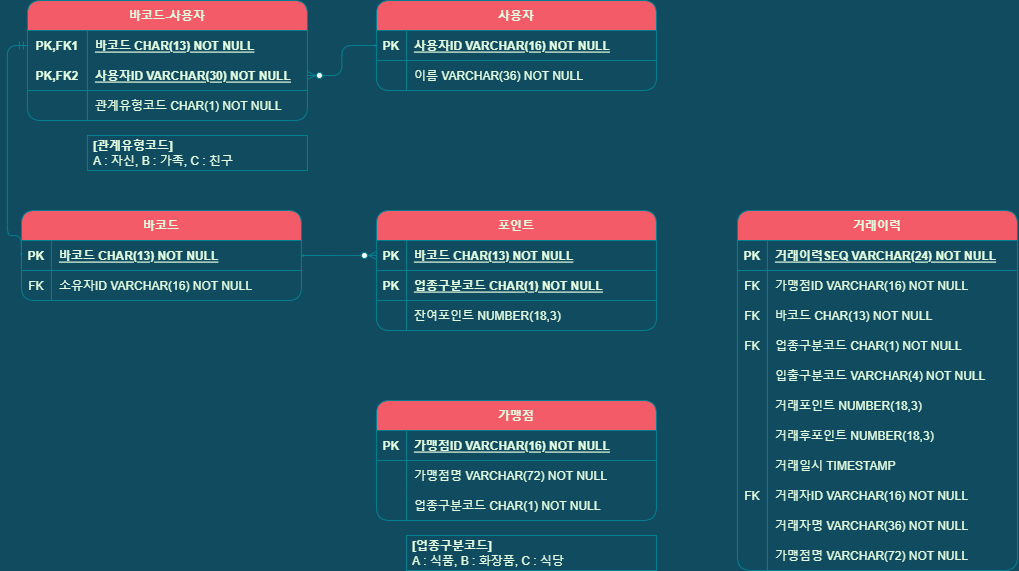
Before: document/kakaopay-membership.png, a diagram exported from draw.io (TyronneJeong/KakaoPay-Subject). Source tidied: cells renumbered, new cells last; positions are measured from the earlier drawing's top-left corner, leaving out a move shared by most shapes.
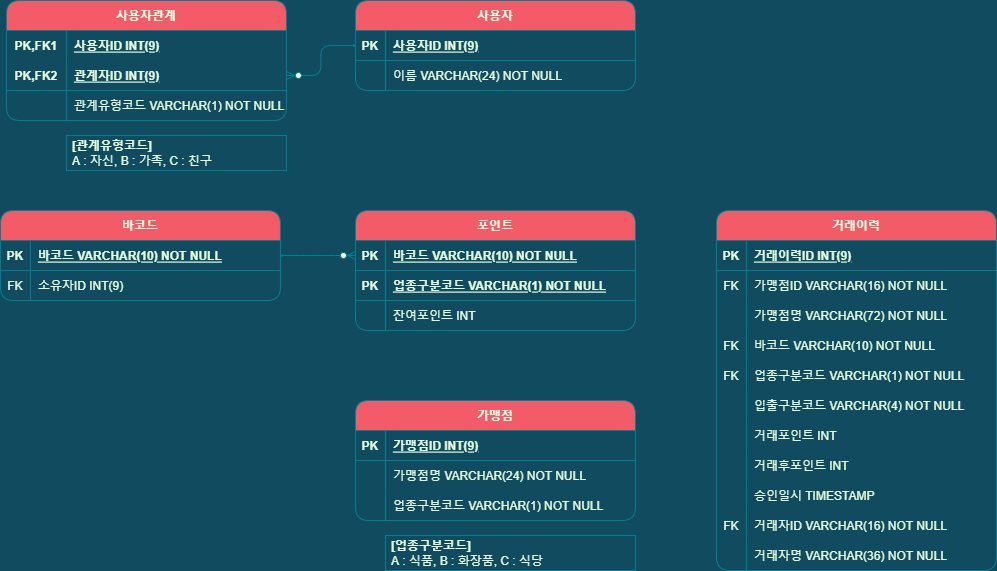
After the commit.

Diff of the diagram source:
```diff
@@ -13,3 +13,3 @@
     </mxCell>
-    <mxCell id="5" value="바코드 CHAR(13) NOT NULL" style="shape=partialRectangle;fillColor=none;top=0;left=0;bottom=0;right=0;align=left;spacingLeft=6;fontStyle=5;overflow=hidden;rounded=1;strokeColor=#028090;fontColor=#E4FDE1;" parent="3" vertex="1">
+    <mxCell id="5" value="바코드 VARCHAR(10) NOT NULL" style="shape=partialRectangle;fillColor=none;top=0;left=0;bottom=0;right=0;align=left;spacingLeft=6;fontStyle=5;overflow=hidden;rounded=1;strokeColor=#028090;fontColor=#E4FDE1;" parent="3" vertex="1">
       <mxGeometry x="30" width="250" height="30" as="geometry" />
@@ -22,3 +22,3 @@
     </mxCell>
-    <mxCell id="8" value="소유자ID VARCHAR(16) NOT NULL" style="shape=partialRectangle;fillColor=none;top=0;left=0;bottom=0;right=0;align=left;spacingLeft=6;overflow=hidden;rounded=1;strokeColor=#028090;fontColor=#E4FDE1;" parent="6" vertex="1">
+    <mxCell id="8" value="소유자ID INT(9)" style="shape=partialRectangle;fillColor=none;top=0;left=0;bottom=0;right=0;align=left;spacingLeft=6;overflow=hidden;rounded=1;strokeColor=#028090;fontColor=#E4FDE1;" parent="6" vertex="1">
       <mxGeometry x="30" width="250" height="30" as="geometry" />
@@ -34,3 +34,3 @@
     </mxCell>
-    <mxCell id="12" value="사용자ID VARCHAR(16) NOT NULL" style="shape=partialRectangle;fillColor=none;top=0;left=0;bottom=0;right=0;align=left;spacingLeft=6;fontStyle=5;overflow=hidden;rounded=1;strokeColor=#028090;fontColor=#E4FDE1;" parent="10" vertex="1">
+    <mxCell id="12" value="사용자ID INT(9)" style="shape=partialRectangle;fillColor=none;top=0;left=0;bottom=0;right=0;align=left;spacingLeft=6;fontStyle=5;overflow=hidden;rounded=1;strokeColor=#028090;fontColor=#E4FDE1;" parent="10" vertex="1">
       <mxGeometry x="30" width="250" height="30" as="geometry" />
@@ -43,6 +43,6 @@
     </mxCell>
-    <mxCell id="15" value="이름 VARCHAR(36) NOT NULL" style="shape=partialRectangle;fillColor=none;top=0;left=0;bottom=0;right=0;align=left;spacingLeft=6;overflow=hidden;rounded=1;strokeColor=#028090;fontColor=#E4FDE1;" parent="13" vertex="1">
+    <mxCell id="15" value="이름 VARCHAR(24) NOT NULL" style="shape=partialRectangle;fillColor=none;top=0;left=0;bottom=0;right=0;align=left;spacingLeft=6;overflow=hidden;rounded=1;strokeColor=#028090;fontColor=#E4FDE1;" parent="13" vertex="1">
       <mxGeometry x="30" width="250" height="30" as="geometry" />
     </mxCell>
-    <mxCell id="16" value="바코드-사용자" style="shape=table;startSize=30;rowLines=0;fontStyle=1;align=center;rounded=1;fillColor=#F45B69;strokeColor=#028090;fontColor=#E4FDE1;" parent="1" vertex="1">
+    <mxCell id="16" value="사용자관계" style="shape=table;startSize=30;rowLines=0;fontStyle=1;align=center;rounded=1;fillColor=#F45B69;strokeColor=#028090;fontColor=#E4FDE1;" parent="1" vertex="1">
       <mxGeometry x="19.9" width="280" height="120" as="geometry" />
@@ -55,3 +55,3 @@
     </mxCell>
-    <mxCell id="19" value="바코드 CHAR(13) NOT NULL" style="shape=partialRectangle;fillColor=none;top=0;left=0;bottom=0;right=0;align=left;spacingLeft=6;fontStyle=5;overflow=hidden;rounded=1;strokeColor=#028090;fontColor=#E4FDE1;" parent="17" vertex="1">
+    <mxCell id="19" value="사용자ID INT(9)" style="shape=partialRectangle;fillColor=none;top=0;left=0;bottom=0;right=0;align=left;spacingLeft=6;fontStyle=5;overflow=hidden;rounded=1;strokeColor=#028090;fontColor=#E4FDE1;" parent="17" vertex="1">
       <mxGeometry x="60" width="220" height="30" as="geometry" />
@@ -64,3 +64,3 @@
     </mxCell>
-    <mxCell id="22" value="사용자ID VARCHAR(30) NOT NULL" style="shape=partialRectangle;fillColor=none;top=0;left=0;bottom=0;right=0;align=left;spacingLeft=6;fontStyle=5;overflow=hidden;rounded=1;strokeColor=#028090;fontColor=#E4FDE1;" parent="20" vertex="1">
+    <mxCell id="22" value="관계자ID INT(9)" style="shape=partialRectangle;fillColor=none;top=0;left=0;bottom=0;right=0;align=left;spacingLeft=6;fontStyle=5;overflow=hidden;rounded=1;strokeColor=#028090;fontColor=#E4FDE1;" parent="20" vertex="1">
       <mxGeometry x="60" width="220" height="30" as="geometry" />
@@ -73,3 +73,3 @@
     </mxCell>
-    <mxCell id="25" value="관계유형코드 CHAR(1) NOT NULL" style="shape=partialRectangle;fillColor=none;top=0;left=0;bottom=0;right=0;align=left;spacingLeft=6;overflow=hidden;rounded=1;strokeColor=#028090;fontColor=#E4FDE1;" parent="23" vertex="1">
+    <mxCell id="25" value="관계유형코드 VARCHAR(1) NOT NULL" style="shape=partialRectangle;fillColor=none;top=0;left=0;bottom=0;right=0;align=left;spacingLeft=6;overflow=hidden;rounded=1;strokeColor=#028090;fontColor=#E4FDE1;" parent="23" vertex="1">
       <mxGeometry x="60" width="220" height="30" as="geometry" />
@@ -85,3 +85,3 @@
     </mxCell>
-    <mxCell id="29" value="가맹점ID VARCHAR(16) NOT NULL" style="shape=partialRectangle;fillColor=none;top=0;left=0;bottom=0;right=0;align=left;spacingLeft=6;fontStyle=5;overflow=hidden;rounded=1;strokeColor=#028090;fontColor=#E4FDE1;" parent="27" vertex="1">
+    <mxCell id="29" value="가맹점ID INT(9)" style="shape=partialRectangle;fillColor=none;top=0;left=0;bottom=0;right=0;align=left;spacingLeft=6;fontStyle=5;overflow=hidden;rounded=1;strokeColor=#028090;fontColor=#E4FDE1;" parent="27" vertex="1">
       <mxGeometry x="30" width="250" height="30" as="geometry" />
@@ -94,3 +94,3 @@
     </mxCell>
-    <mxCell id="32" value="가맹점명 VARCHAR(72) NOT NULL" style="shape=partialRectangle;fillColor=none;top=0;left=0;bottom=0;right=0;align=left;spacingLeft=6;overflow=hidden;rounded=1;strokeColor=#028090;fontColor=#E4FDE1;" parent="30" vertex="1">
+    <mxCell id="32" value="가맹점명 VARCHAR(24) NOT NULL" style="shape=partialRectangle;fillColor=none;top=0;left=0;bottom=0;right=0;align=left;spacingLeft=6;overflow=hidden;rounded=1;strokeColor=#028090;fontColor=#E4FDE1;" parent="30" vertex="1">
       <mxGeometry x="30" width="250" height="30" as="geometry" />
@@ -103,3 +103,3 @@
     </mxCell>
-    <mxCell id="35" value="업종구분코드 CHAR(1) NOT NULL" style="shape=partialRectangle;fillColor=none;top=0;left=0;bottom=0;right=0;align=left;spacingLeft=6;overflow=hidden;rounded=1;strokeColor=#028090;fontColor=#E4FDE1;" parent="33" vertex="1">
+    <mxCell id="35" value="업종구분코드 VARCHAR(1) NOT NULL" style="shape=partialRectangle;fillColor=none;top=0;left=0;bottom=0;right=0;align=left;spacingLeft=6;overflow=hidden;rounded=1;strokeColor=#028090;fontColor=#E4FDE1;" parent="33" vertex="1">
       <mxGeometry x="30" width="250" height="30" as="geometry" />
@@ -115,3 +115,3 @@
     </mxCell>
-    <mxCell id="39" value="바코드 CHAR(13) NOT NULL" style="shape=partialRectangle;fillColor=none;top=0;left=0;bottom=0;right=0;align=left;spacingLeft=6;fontStyle=5;overflow=hidden;rounded=1;strokeColor=#028090;fontColor=#E4FDE1;" parent="37" vertex="1">
+    <mxCell id="39" value="바코드 VARCHAR(10) NOT NULL" style="shape=partialRectangle;fillColor=none;top=0;left=0;bottom=0;right=0;align=left;spacingLeft=6;fontStyle=5;overflow=hidden;rounded=1;strokeColor=#028090;fontColor=#E4FDE1;" parent="37" vertex="1">
       <mxGeometry x="30" width="250" height="30" as="geometry" />
@@ -124,3 +124,3 @@
     </mxCell>
-    <mxCell id="42" value="업종구분코드 CHAR(1) NOT NULL" style="shape=partialRectangle;fillColor=none;top=0;left=0;bottom=0;right=0;align=left;spacingLeft=6;fontStyle=5;overflow=hidden;fontFamily=Helvetica;fontSize=12;startSize=0;rounded=1;strokeColor=#028090;fontColor=#E4FDE1;" parent="40" vertex="1">
+    <mxCell id="42" value="업종구분코드 VARCHAR(1) NOT NULL" style="shape=partialRectangle;fillColor=none;top=0;left=0;bottom=0;right=0;align=left;spacingLeft=6;fontStyle=5;overflow=hidden;fontFamily=Helvetica;fontSize=12;startSize=0;rounded=1;strokeColor=#028090;fontColor=#E4FDE1;" parent="40" vertex="1">
       <mxGeometry x="30" width="250" height="30" as="geometry" />
@@ -133,3 +133,3 @@
     </mxCell>
-    <mxCell id="45" value="잔여포인트 NUMBER(18,3)" style="shape=partialRectangle;fillColor=none;top=0;left=0;bottom=0;right=0;align=left;spacingLeft=6;overflow=hidden;rounded=1;strokeColor=#028090;fontColor=#E4FDE1;" parent="43" vertex="1">
+    <mxCell id="45" value="잔여포인트 INT" style="shape=partialRectangle;fillColor=none;top=0;left=0;bottom=0;right=0;align=left;spacingLeft=6;overflow=hidden;rounded=1;strokeColor=#028090;fontColor=#E4FDE1;" parent="43" vertex="1">
       <mxGeometry x="30" width="250" height="30" as="geometry" />
@@ -145,3 +145,3 @@
     </mxCell>
-    <mxCell id="49" value="거래이력SEQ VARCHAR(24) NOT NULL" style="shape=partialRectangle;fillColor=none;top=0;left=0;bottom=0;right=0;align=left;spacingLeft=6;fontStyle=5;overflow=hidden;rounded=1;strokeColor=#028090;fontColor=#E4FDE1;" parent="47" vertex="1">
+    <mxCell id="49" value="거래이력ID INT(9)" style="shape=partialRectangle;fillColor=none;top=0;left=0;bottom=0;right=0;align=left;spacingLeft=6;fontStyle=5;overflow=hidden;rounded=1;strokeColor=#028090;fontColor=#E4FDE1;" parent="47" vertex="1">
       <mxGeometry x="30" width="250" height="30" as="geometry" />
@@ -157,4 +157,13 @@
     </mxCell>
+    <mxCell id="77" style="shape=tableRow;horizontal=0;startSize=0;swimlaneHead=0;swimlaneBody=0;fillColor=none;top=0;left=0;right=0;bottom=0;rounded=1;strokeColor=#028090;fontColor=#E4FDE1;" parent="46" vertex="1">
+      <mxGeometry y="90" width="280" height="30" as="geometry" />
+    </mxCell>
+    <mxCell id="78" style="shape=partialRectangle;fillColor=none;top=0;left=0;bottom=0;right=0;overflow=hidden;rounded=1;strokeColor=#028090;fontColor=#E4FDE1;" parent="77" vertex="1">
+      <mxGeometry width="30" height="30" as="geometry" />
+    </mxCell>
+    <mxCell id="79" value="가맹점명 VARCHAR(72) NOT NULL" style="shape=partialRectangle;fillColor=none;top=0;left=0;bottom=0;right=0;align=left;spacingLeft=6;overflow=hidden;rounded=1;strokeColor=#028090;fontColor=#E4FDE1;" parent="77" vertex="1">
+      <mxGeometry x="30" width="250" height="30" as="geometry" />
+    </mxCell>
     <mxCell id="53" style="shape=tableRow;horizontal=0;startSize=0;swimlaneHead=0;swimlaneBody=0;fillColor=none;top=0;left=0;right=0;bottom=0;rounded=1;strokeColor=#028090;fontColor=#E4FDE1;" parent="46" vertex="1">
-      <mxGeometry y="90" width="280" height="30" as="geometry" />
+      <mxGeometry y="120" width="280" height="30" as="geometry" />
     </mxCell>
@@ -163,3 +172,3 @@
     </mxCell>
-    <mxCell id="55" value="바코드 CHAR(13) NOT NULL" style="shape=partialRectangle;fillColor=none;top=0;left=0;bottom=0;right=0;align=left;spacingLeft=6;overflow=hidden;rounded=1;strokeColor=#028090;fontColor=#E4FDE1;" parent="53" vertex="1">
+    <mxCell id="55" value="바코드 VARCHAR(10) NOT NULL" style="shape=partialRectangle;fillColor=none;top=0;left=0;bottom=0;right=0;align=left;spacingLeft=6;overflow=hidden;rounded=1;strokeColor=#028090;fontColor=#E4FDE1;" parent="53" vertex="1">
       <mxGeometry x="30" width="250" height="30" as="geometry" />
@@ -167,3 +176,3 @@
     <mxCell id="56" style="shape=tableRow;horizontal=0;startSize=0;swimlaneHead=0;swimlaneBody=0;fillColor=none;top=0;left=0;right=0;bottom=0;rounded=1;strokeColor=#028090;fontColor=#E4FDE1;" parent="46" vertex="1">
-      <mxGeometry y="120" width="280" height="30" as="geometry" />
+      <mxGeometry y="150" width="280" height="30" as="geometry" />
     </mxCell>
@@ -172,3 +181,3 @@
     </mxCell>
-    <mxCell id="58" value="업종구분코드 CHAR(1) NOT NULL" style="shape=partialRectangle;fillColor=none;top=0;left=0;bottom=0;right=0;align=left;spacingLeft=6;overflow=hidden;rounded=1;strokeColor=#028090;fontColor=#E4FDE1;" parent="56" vertex="1">
+    <mxCell id="58" value="업종구분코드 VARCHAR(1) NOT NULL" style="shape=partialRectangle;fillColor=none;top=0;left=0;bottom=0;right=0;align=left;spacingLeft=6;overflow=hidden;rounded=1;strokeColor=#028090;fontColor=#E4FDE1;" parent="56" vertex="1">
       <mxGeometry x="30" width="250" height="30" as="geometry" />
@@ -176,3 +185,3 @@
     <mxCell id="59" style="shape=tableRow;horizontal=0;startSize=0;swimlaneHead=0;swimlaneBody=0;fillColor=none;top=0;left=0;right=0;bottom=0;rounded=1;strokeColor=#028090;fontColor=#E4FDE1;" parent="46" vertex="1">
-      <mxGeometry y="150" width="280" height="30" as="geometry" />
+      <mxGeometry y="180" width="280" height="30" as="geometry" />
     </mxCell>
@@ -185,3 +194,3 @@
     <mxCell id="62" style="shape=tableRow;horizontal=0;startSize=0;swimlaneHead=0;swimlaneBody=0;fillColor=none;top=0;left=0;right=0;bottom=0;rounded=1;strokeColor=#028090;fontColor=#E4FDE1;" parent="46" vertex="1">
-      <mxGeometry y="180" width="280" height="30" as="geometry" />
+      <mxGeometry y="210" width="280" height="30" as="geometry" />
     </mxCell>
@@ -190,3 +199,3 @@
     </mxCell>
-    <mxCell id="64" value="거래포인트 NUMBER(18,3)" style="shape=partialRectangle;fillColor=none;top=0;left=0;bottom=0;right=0;align=left;spacingLeft=6;overflow=hidden;rounded=1;strokeColor=#028090;fontColor=#E4FDE1;" parent="62" vertex="1">
+    <mxCell id="64" value="거래포인트 INT" style="shape=partialRectangle;fillColor=none;top=0;left=0;bottom=0;right=0;align=left;spacingLeft=6;overflow=hidden;rounded=1;strokeColor=#028090;fontColor=#E4FDE1;" parent="62" vertex="1">
       <mxGeometry x="30" width="250" height="30" as="geometry" />
@@ -194,3 +203,3 @@
     <mxCell id="65" style="shape=tableRow;horizontal=0;startSize=0;swimlaneHead=0;swimlaneBody=0;fillColor=none;top=0;left=0;right=0;bottom=0;rounded=1;strokeColor=#028090;fontColor=#E4FDE1;" parent="46" vertex="1">
-      <mxGeometry y="210" width="280" height="30" as="geometry" />
+      <mxGeometry y="240" width="280" height="30" as="geometry" />
     </mxCell>
@@ -199,3 +208,3 @@
     </mxCell>
-    <mxCell id="67" value="거래후포인트 NUMBER(18,3)" style="shape=partialRectangle;fillColor=none;top=0;left=0;bottom=0;right=0;align=left;spacingLeft=6;overflow=hidden;rounded=1;strokeColor=#028090;fontColor=#E4FDE1;" parent="65" vertex="1">
+    <mxCell id="67" value="거래후포인트 INT" style="shape=partialRectangle;fillColor=none;top=0;left=0;bottom=0;right=0;align=left;spacingLeft=6;overflow=hidden;rounded=1;strokeColor=#028090;fontColor=#E4FDE1;" parent="65" vertex="1">
       <mxGeometry x="30" width="250" height="30" as="geometry" />
@@ -203,3 +212,3 @@
     <mxCell id="68" style="shape=tableRow;horizontal=0;startSize=0;swimlaneHead=0;swimlaneBody=0;fillColor=none;top=0;left=0;right=0;bottom=0;rounded=1;strokeColor=#028090;fontColor=#E4FDE1;" parent="46" vertex="1">
-      <mxGeometry y="240" width="280" height="30" as="geometry" />
+      <mxGeometry y="270" width="280" height="30" as="geometry" />
     </mxCell>
@@ -208,3 +217,3 @@
     </mxCell>
-    <mxCell id="70" value="거래일시 TIMESTAMP" style="shape=partialRectangle;fillColor=none;top=0;left=0;bottom=0;right=0;align=left;spacingLeft=6;overflow=hidden;rounded=1;strokeColor=#028090;fontColor=#E4FDE1;" parent="68" vertex="1">
+    <mxCell id="70" value="승인일시 TIMESTAMP" style="shape=partialRectangle;fillColor=none;top=0;left=0;bottom=0;right=0;align=left;spacingLeft=6;overflow=hidden;rounded=1;strokeColor=#028090;fontColor=#E4FDE1;" parent="68" vertex="1">
       <mxGeometry x="30" width="250" height="30" as="geometry" />
@@ -212,3 +221,3 @@
     <mxCell id="71" style="shape=tableRow;horizontal=0;startSize=0;swimlaneHead=0;swimlaneBody=0;fillColor=none;top=0;left=0;right=0;bottom=0;rounded=1;strokeColor=#028090;fontColor=#E4FDE1;" parent="46" vertex="1">
-      <mxGeometry y="270" width="280" height="30" as="geometry" />
+      <mxGeometry y="300" width="280" height="30" as="geometry" />
     </mxCell>
@@ -221,3 +230,3 @@
     <mxCell id="74" style="shape=tableRow;horizontal=0;startSize=0;swimlaneHead=0;swimlaneBody=0;fillColor=none;top=0;left=0;right=0;bottom=0;rounded=1;strokeColor=#028090;fontColor=#E4FDE1;" parent="46" vertex="1">
-      <mxGeometry y="300" width="280" height="30" as="geometry" />
+      <mxGeometry y="330" width="280" height="30" as="geometry" />
     </mxCell>
@@ -229,11 +238,2 @@
     </mxCell>
-    <mxCell id="77" style="shape=tableRow;horizontal=0;startSize=0;swimlaneHead=0;swimlaneBody=0;fillColor=none;top=0;left=0;right=0;bottom=0;rounded=1;strokeColor=#028090;fontColor=#E4FDE1;" parent="46" vertex="1">
-      <mxGeometry y="330" width="280" height="30" as="geometry" />
-    </mxCell>
-    <mxCell id="78" style="shape=partialRectangle;fillColor=none;top=0;left=0;bottom=0;right=0;overflow=hidden;rounded=1;strokeColor=#028090;fontColor=#E4FDE1;" parent="77" vertex="1">
-      <mxGeometry width="30" height="30" as="geometry" />
-    </mxCell>
-    <mxCell id="79" value="가맹점명 VARCHAR(72) NOT NULL" style="shape=partialRectangle;fillColor=none;top=0;left=0;bottom=0;right=0;align=left;spacingLeft=6;overflow=hidden;rounded=1;strokeColor=#028090;fontColor=#E4FDE1;" parent="77" vertex="1">
-      <mxGeometry x="30" width="250" height="30" as="geometry" />
-    </mxCell>
     <mxCell id="80" style="edgeStyle=orthogonalEdgeStyle;fontSize=12;html=1;endArrow=ERzeroToMany;startArrow=ERmandOne;fontFamily=Helvetica;startSize=0;exitX=0;exitY=0.5;exitDx=0;exitDy=0;rounded=1;labelBackgroundColor=#114B5F;strokeColor=#028090;fontColor=#E4FDE1;" parent="1" edge="1" source="10" target="20">
@@ -241,10 +241,2 @@
     </mxCell>
-    <mxCell id="81" style="edgeStyle=orthogonalEdgeStyle;fontSize=12;html=1;endArrow=ERmandOne;startArrow=ERmandOne;fontFamily=Helvetica;startSize=0;exitX=0;exitY=0.5;exitDx=0;exitDy=0;entryX=0;entryY=0.5;entryDx=0;entryDy=0;rounded=1;labelBackgroundColor=#114B5F;strokeColor=#028090;fontColor=#E4FDE1;" parent="1" edge="1" source="3" target="17">
-      <mxGeometry relative="1" as="geometry">
-        <Array as="points">
-          <mxPoint x="-0.1" y="235" />
-          <mxPoint x="-0.1" y="45" />
-        </Array>
-      </mxGeometry>
-    </mxCell>
     <mxCell id="82" style="edgeStyle=entityRelationEdgeStyle;fontSize=12;html=1;endArrow=ERzeroToMany;startArrow=ERmandOne;fontFamily=Helvetica;startSize=0;entryX=0;entryY=0.5;entryDx=0;entryDy=0;rounded=1;labelBackgroundColor=#114B5F;strokeColor=#028090;fontColor=#E4FDE1;" parent="1" edge="1" source="3" target="37">
```
